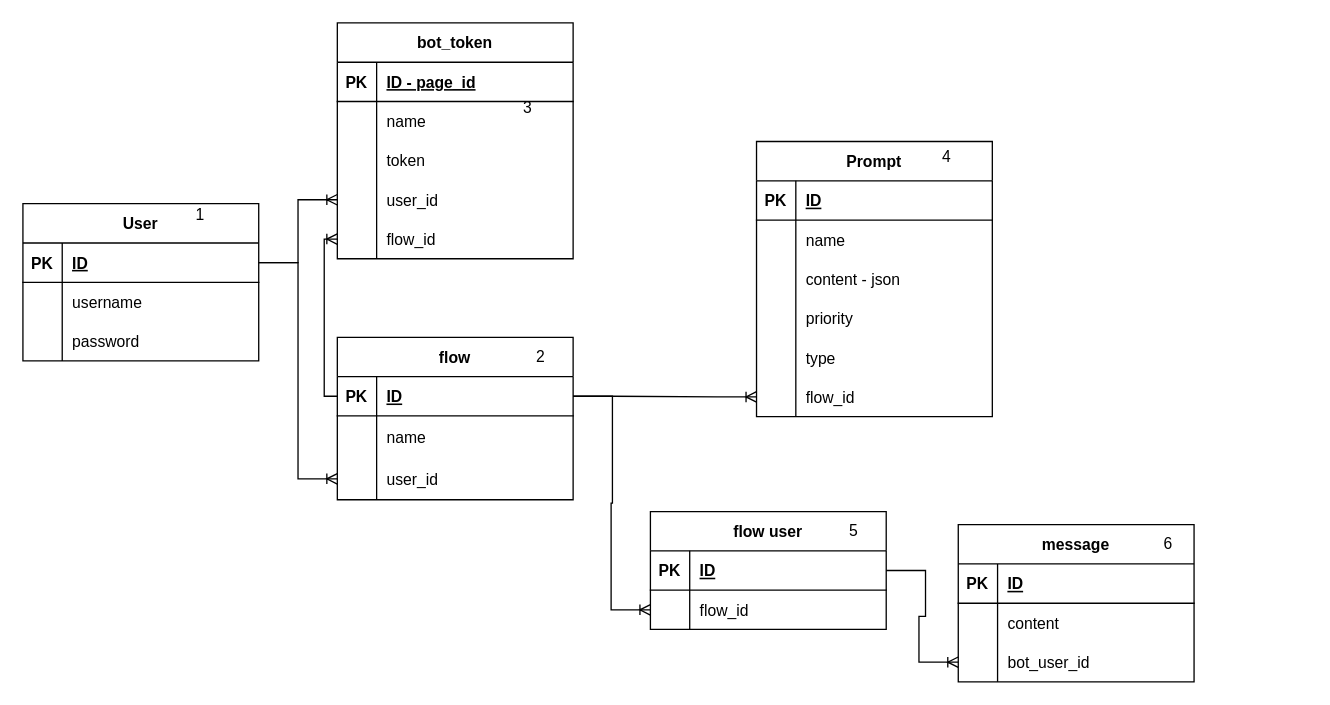
andrew-atef/andrew-atef keeps this draw.io diagram as AI ERD.drawio. Above is the earlier version. Source tidied: cells renumbered, new cells numbered last; positions are measured from the earlier drawing's top-left corner, leaving out a move shared by most shapes. Both pictures are drawn from the tidied source at 131%, with x=0, y=0 at pixel (22, 22).
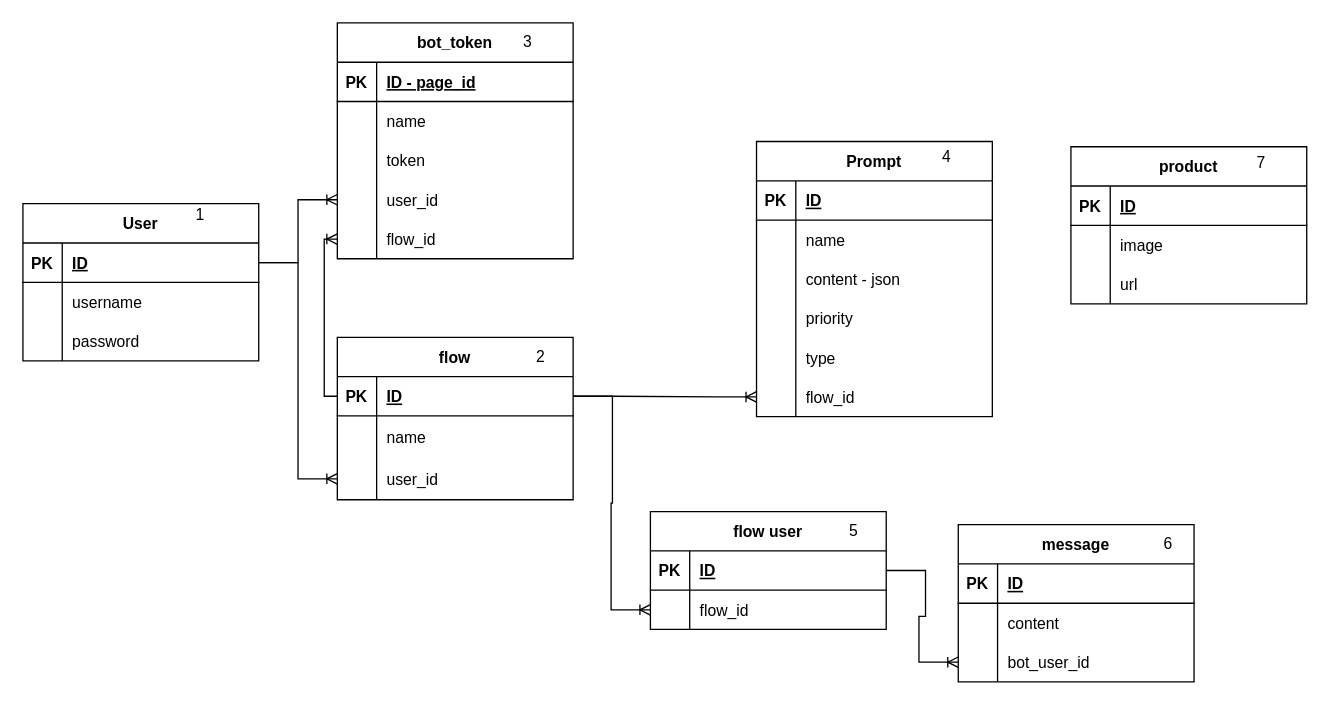
The same diagram, later.

Change to the diagram source:
```diff
@@
     <mxCell id="79" value="3" style="text;html=1;align=center;verticalAlign=middle;strokeColor=none;fillColor=none;" parent="1" vertex="1">
-      <mxGeometry x="370" y="50" width="30" height="30" as="geometry" />
+      <mxGeometry x="370" width="30" height="30" as="geometry" />
     </mxCell>
@@
+    <mxCell id="86" value="product" style="shape=table;startSize=30;childLayout=tableLayout;rowLines=0;fontStyle=1;align=center;" parent="1" vertex="1">
+      <mxGeometry x="800" y="94.5" width="180" height="120" as="geometry" />
+    </mxCell>
+    <mxCell id="87" style="shape=tableRow;horizontal=0;startSize=0;swimlaneHead=0;swimlaneBody=0;fillColor=none;top=0;left=0;right=0;bottom=1;" parent="86" vertex="1">
+      <mxGeometry y="30" width="180" height="30" as="geometry" />
+    </mxCell>
+    <mxCell id="88" value="PK" style="shape=partialRectangle;fillColor=none;top=0;left=0;bottom=0;right=0;fontStyle=1;overflow=hidden;" parent="87" vertex="1">
+      <mxGeometry width="30" height="30" as="geometry" />
+    </mxCell>
+    <mxCell id="89" value="ID" style="shape=partialRectangle;fillColor=none;top=0;left=0;bottom=0;right=0;align=left;spacingLeft=6;fontStyle=5;overflow=hidden;" parent="87" vertex="1">
+      <mxGeometry x="30" width="150" height="30" as="geometry" />
+    </mxCell>
+    <mxCell id="90" style="shape=tableRow;horizontal=0;startSize=0;swimlaneHead=0;swimlaneBody=0;fillColor=none;top=0;left=0;right=0;bottom=0;" parent="86" vertex="1">
+      <mxGeometry y="60" width="180" height="30" as="geometry" />
+    </mxCell>
+    <mxCell id="91" style="shape=partialRectangle;fillColor=none;top=0;left=0;bottom=0;right=0;overflow=hidden;" parent="90" vertex="1">
+      <mxGeometry width="30" height="30" as="geometry" />
+    </mxCell>
+    <mxCell id="92" value="image" style="shape=partialRectangle;fillColor=none;top=0;left=0;bottom=0;right=0;align=left;spacingLeft=6;overflow=hidden;" parent="90" vertex="1">
+      <mxGeometry x="30" width="150" height="30" as="geometry" />
+    </mxCell>
+    <mxCell id="93" style="shape=tableRow;horizontal=0;startSize=0;swimlaneHead=0;swimlaneBody=0;fillColor=none;top=0;left=0;right=0;bottom=0;" parent="86" vertex="1">
+      <mxGeometry y="90" width="180" height="30" as="geometry" />
+    </mxCell>
+    <mxCell id="94" style="shape=partialRectangle;fillColor=none;top=0;left=0;bottom=0;right=0;overflow=hidden;" parent="93" vertex="1">
+      <mxGeometry width="30" height="30" as="geometry" />
+    </mxCell>
+    <mxCell id="95" value="url" style="shape=partialRectangle;fillColor=none;top=0;left=0;bottom=0;right=0;align=left;spacingLeft=6;overflow=hidden;" parent="93" vertex="1">
+      <mxGeometry x="30" width="150" height="30" as="geometry" />
+    </mxCell>
+    <mxCell id="96" value="7" style="text;html=1;align=center;verticalAlign=middle;strokeColor=none;fillColor=none;" parent="1" vertex="1">
+      <mxGeometry x="930" y="91.5" width="30" height="30" as="geometry" />
+    </mxCell>
```
